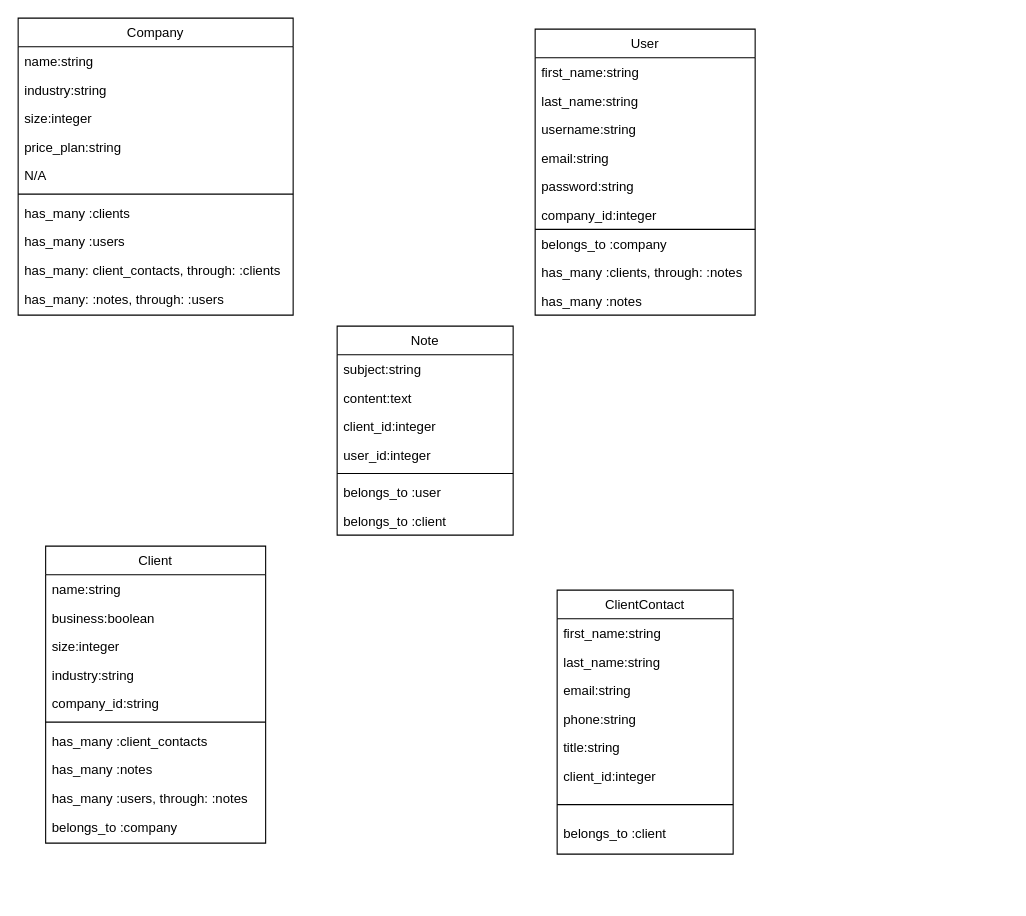
Above: model_associations_and_attributes.drawio in ComputerScienceWarrior/crm (draw.io), before the change. Source tidied: cells renumbered, new cells numbered last; positions are measured from the earlier drawing's top-left corner, leaving out a move shared by most shapes. Both pictures are drawn from the tidied source at 110%, with x=0, y=0 at pixel (18, 18).
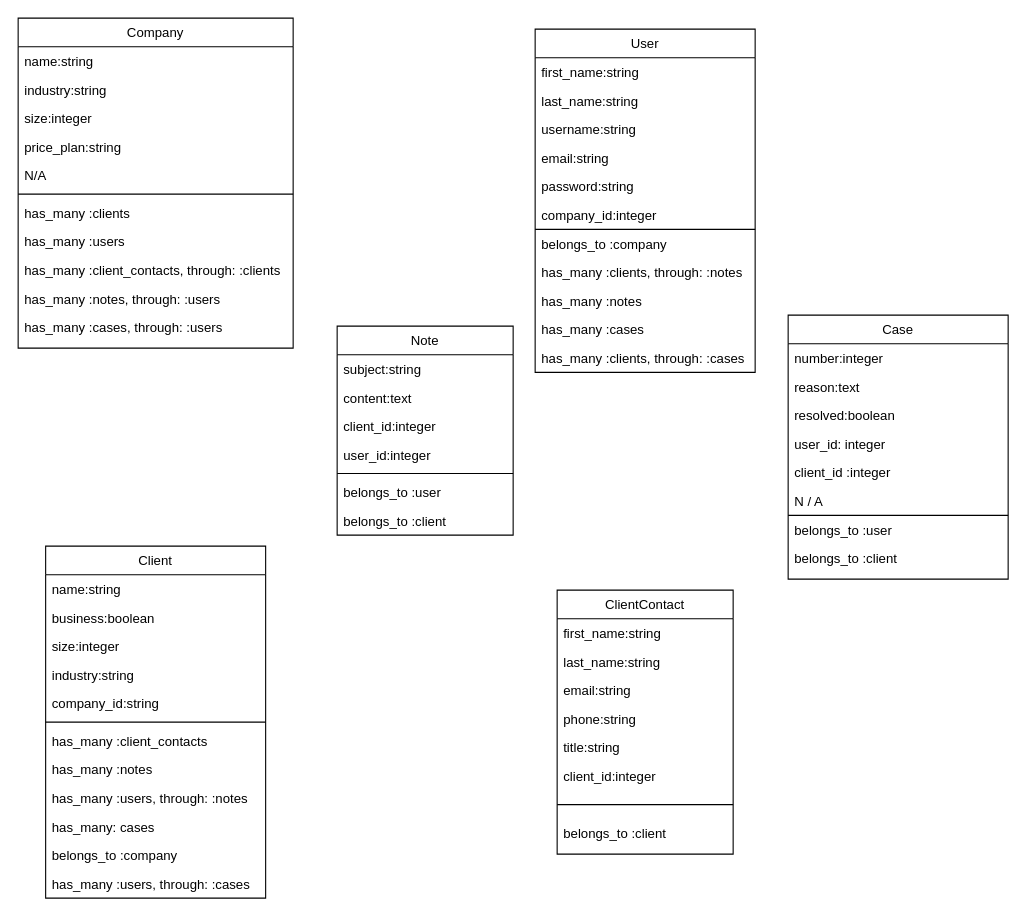
Above is the later version.

Commit message:
Add 'case' to model diagram. Update associations.

Diff of the diagram source:
```diff
@@
     <mxCell id="2" value="Company" style="swimlane;fontStyle=0;align=center;verticalAlign=top;horizontal=1;startSize=26;rounded=0;shadow=0;strokeWidth=1;" parent="1" vertex="1">
-      <mxGeometry width="250" height="270" as="geometry" />
+      <mxGeometry width="250" height="300" as="geometry" />
     </mxCell>
@@
-    <mxCell id="11" value="has_many: client_contacts, through: :clients" style="text;align=left;verticalAlign=top;spacingLeft=4;spacingRight=4;overflow=hidden;" parent="2" vertex="1">
+    <mxCell id="11" value="has_many :client_contacts, through: :clients" style="text;align=left;verticalAlign=top;spacingLeft=4;spacingRight=4;overflow=hidden;" parent="2" vertex="1">
       <mxGeometry y="216" width="250" height="26" as="geometry" />
     </mxCell>
-    <mxCell id="12" value="has_many: :notes, through: :users" style="text;align=left;verticalAlign=top;spacingLeft=4;spacingRight=4;overflow=hidden;" parent="2" vertex="1">
+    <mxCell id="12" value="has_many :notes, through: :users" style="text;align=left;verticalAlign=top;spacingLeft=4;spacingRight=4;overflow=hidden;" parent="2" vertex="1">
       <mxGeometry y="242" width="250" height="26" as="geometry" />
     </mxCell>
+    <mxCell id="52" value="has_many :cases, through: :users" style="text;align=left;verticalAlign=top;spacingLeft=4;spacingRight=4;overflow=hidden;" parent="2" vertex="1">
+      <mxGeometry y="268" width="250" height="26" as="geometry" />
+    </mxCell>
@@
     <mxCell id="21" value="User" style="swimlane;fontStyle=0;align=center;verticalAlign=top;horizontal=1;startSize=26;rounded=0;shadow=0;strokeWidth=1;" parent="1" vertex="1">
-      <mxGeometry x="470" y="10" width="200" height="260" as="geometry" />
+      <mxGeometry x="470" y="10" width="200" height="312" as="geometry" />
     </mxCell>
@@
+    <mxCell id="53" value="has_many :cases" style="text;align=left;verticalAlign=top;spacingLeft=4;spacingRight=4;overflow=hidden;" parent="21" vertex="1">
+      <mxGeometry y="260" width="200" height="26" as="geometry" />
+    </mxCell>
+    <mxCell id="54" value="has_many :clients, through: :cases" style="text;align=left;verticalAlign=top;spacingLeft=4;spacingRight=4;overflow=hidden;" parent="21" vertex="1">
+      <mxGeometry y="286" width="200" height="26" as="geometry" />
+    </mxCell>
     <mxCell id="32" value="Client" style="swimlane;fontStyle=0;align=center;verticalAlign=top;horizontal=1;startSize=26;rounded=0;shadow=0;strokeWidth=1;" parent="1" vertex="1">
-      <mxGeometry x="25" y="480" width="200" height="270" as="geometry" />
+      <mxGeometry x="25" y="480" width="200" height="320" as="geometry" />
     </mxCell>
@@
-    <mxCell id="42" value="belongs_to :company" style="text;align=left;verticalAlign=top;spacingLeft=4;spacingRight=4;overflow=hidden;" parent="32" vertex="1">
+    <mxCell id="42" value="has_many: cases" style="text;align=left;verticalAlign=top;spacingLeft=4;spacingRight=4;overflow=hidden;" parent="32" vertex="1">
       <mxGeometry y="242" width="200" height="26" as="geometry" />
     </mxCell>
+    <mxCell id="55" value="belongs_to :company" style="text;align=left;verticalAlign=top;spacingLeft=4;spacingRight=4;overflow=hidden;" parent="32" vertex="1">
+      <mxGeometry y="268" width="200" height="26" as="geometry" />
+    </mxCell>
+    <mxCell id="56" value="has_many :users, through: :cases" style="text;align=left;verticalAlign=top;spacingLeft=4;spacingRight=4;overflow=hidden;" parent="32" vertex="1">
+      <mxGeometry y="294" width="200" height="26" as="geometry" />
+    </mxCell>
@@
+    <mxCell id="57" value="Case" style="swimlane;fontStyle=0;align=center;verticalAlign=top;horizontal=1;startSize=26;rounded=0;shadow=0;strokeWidth=1;" parent="1" vertex="1">
+      <mxGeometry x="700" y="270" width="200" height="240" as="geometry" />
+    </mxCell>
+    <mxCell id="58" value="number:integer" style="text;align=left;verticalAlign=top;spacingLeft=4;spacingRight=4;overflow=hidden;" parent="57" vertex="1">
+      <mxGeometry y="26" width="200" height="26" as="geometry" />
+    </mxCell>
+    <mxCell id="59" value="reason:text" style="text;align=left;verticalAlign=top;spacingLeft=4;spacingRight=4;overflow=hidden;rounded=0;shadow=0;html=0;" parent="57" vertex="1">
+      <mxGeometry y="52" width="200" height="26" as="geometry" />
+    </mxCell>
+    <mxCell id="60" value="resolved:boolean" style="text;align=left;verticalAlign=top;spacingLeft=4;spacingRight=4;overflow=hidden;rounded=0;shadow=0;html=0;" parent="57" vertex="1">
+      <mxGeometry y="78" width="200" height="26" as="geometry" />
+    </mxCell>
+    <mxCell id="61" value="user_id: integer" style="text;align=left;verticalAlign=top;spacingLeft=4;spacingRight=4;overflow=hidden;rounded=0;shadow=0;html=0;" parent="57" vertex="1">
+      <mxGeometry y="104" width="200" height="26" as="geometry" />
+    </mxCell>
+    <mxCell id="62" value="client_id :integer" style="text;align=left;verticalAlign=top;spacingLeft=4;spacingRight=4;overflow=hidden;rounded=0;shadow=0;html=0;" parent="57" vertex="1">
+      <mxGeometry y="130" width="200" height="26" as="geometry" />
+    </mxCell>
+    <mxCell id="63" value="N / A" style="text;align=left;verticalAlign=top;spacingLeft=4;spacingRight=4;overflow=hidden;rounded=0;shadow=0;html=0;" parent="57" vertex="1">
+      <mxGeometry y="156" width="200" height="26" as="geometry" />
+    </mxCell>
+    <mxCell id="64" style="endArrow=none;html=1;" parent="57" edge="1">
+      <mxGeometry relative="1" as="geometry">
+        <mxPoint y="182" as="sourcePoint" />
+        <mxPoint x="200" y="182" as="targetPoint" />
+      </mxGeometry>
+    </mxCell>
+    <mxCell id="65" value="belongs_to :user" style="text;align=left;verticalAlign=top;spacingLeft=4;spacingRight=4;overflow=hidden;" parent="57" vertex="1">
+      <mxGeometry y="182" width="200" height="26" as="geometry" />
+    </mxCell>
+    <mxCell id="66" value="belongs_to :client" style="text;align=left;verticalAlign=top;spacingLeft=4;spacingRight=4;overflow=hidden;" parent="57" vertex="1">
+      <mxGeometry y="208" width="200" height="26" as="geometry" />
+    </mxCell>
```
